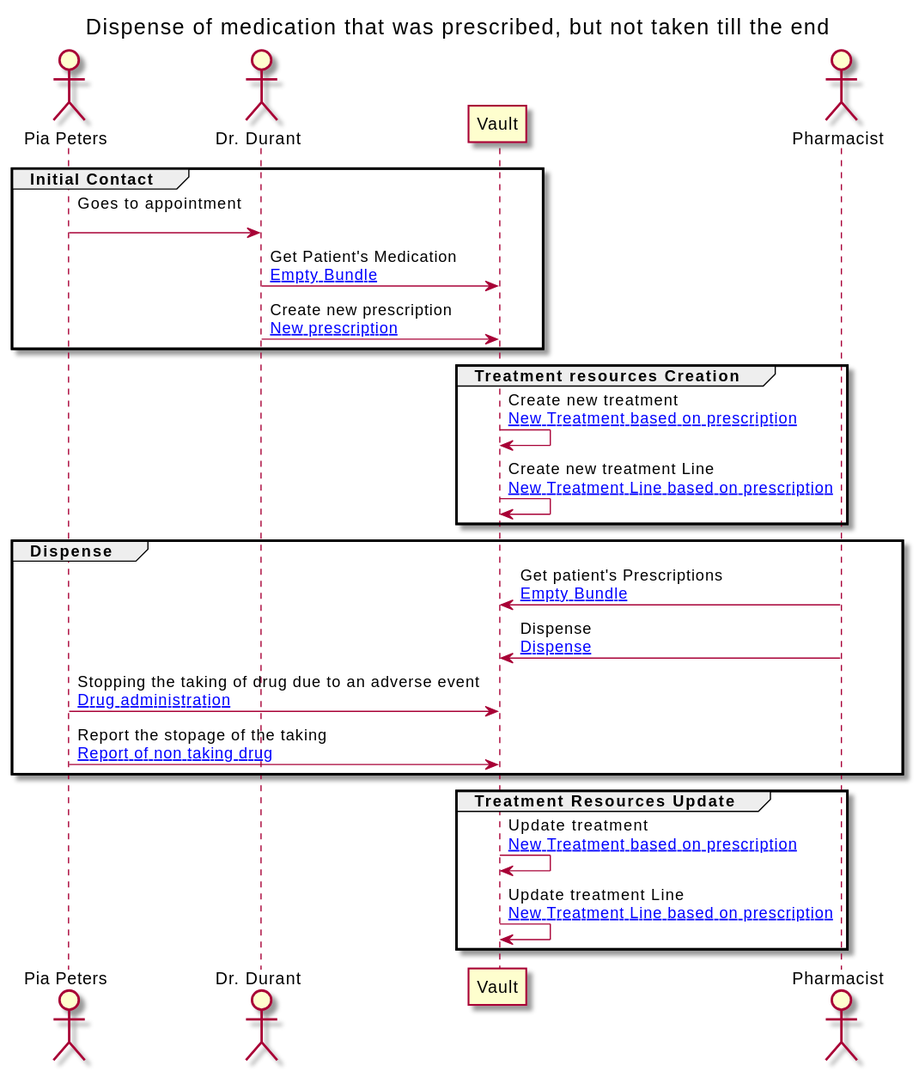
Above: branches/master/ExampleScenario-example-8-scenario.svg in JensPenny/medication-record (PlantUML), before the change. Source of this version:
```plantuml
@startuml


Title Dispense of medication that was prescribed, but not taken till the end

actor "Pia Peters" as PATIENT
actor "Dr. Durant" as GP
participant "Vault" as VAULT
actor "Pharmacist" as PHARM






group Initial Contact

PATIENT -> GP : Goes to appointment\n
GP -> VAULT : Get Patient's Medication\n[[ExampleScenario-example-8-scenario-resources.html#EB Empty Bundle]]
GP -> VAULT : Create new prescription\n[[ExampleScenario-example-8-scenario-resources.html#8-prescription New prescription]]
end

group Treatment resources Creation

VAULT -> VAULT : Create new treatment\n[[ExampleScenario-example-8-scenario-resources.html#8-treatment New Treatment based on prescription]]
VAULT -> VAULT : Create new treatment Line\n[[ExampleScenario-example-8-scenario-resources.html#8-treatmentLine New Treatment Line based on prescription]]
end

group Dispense

PHARM -> VAULT : Get patient's Prescriptions\n[[ExampleScenario-example-8-scenario-resources.html#EB Empty Bundle]]
PHARM -> VAULT : Dispense\n[[ExampleScenario-example-8-scenario-resources.html#8-dispense Dispense]]
PATIENT -> VAULT : Stopping the taking of drug due to an adverse event\n[[ExampleScenario-example-8-scenario-resources.html#8-administration Drug administration]]
PATIENT -> VAULT : Report the stopage of the taking\n[[ExampleScenario-example-8-scenario-resources.html#8-usage Report of non taking drug]]
end

group Treatment Resources Update

VAULT -> VAULT : Update treatment\n[[ExampleScenario-example-8-scenario-resources.html#8-treatment New Treatment based on prescription]]
VAULT -> VAULT : Update treatment Line\n[[ExampleScenario-example-8-scenario-resources.html#8-treatmentLine New Treatment Line based on prescription]]
end


@enduml
```
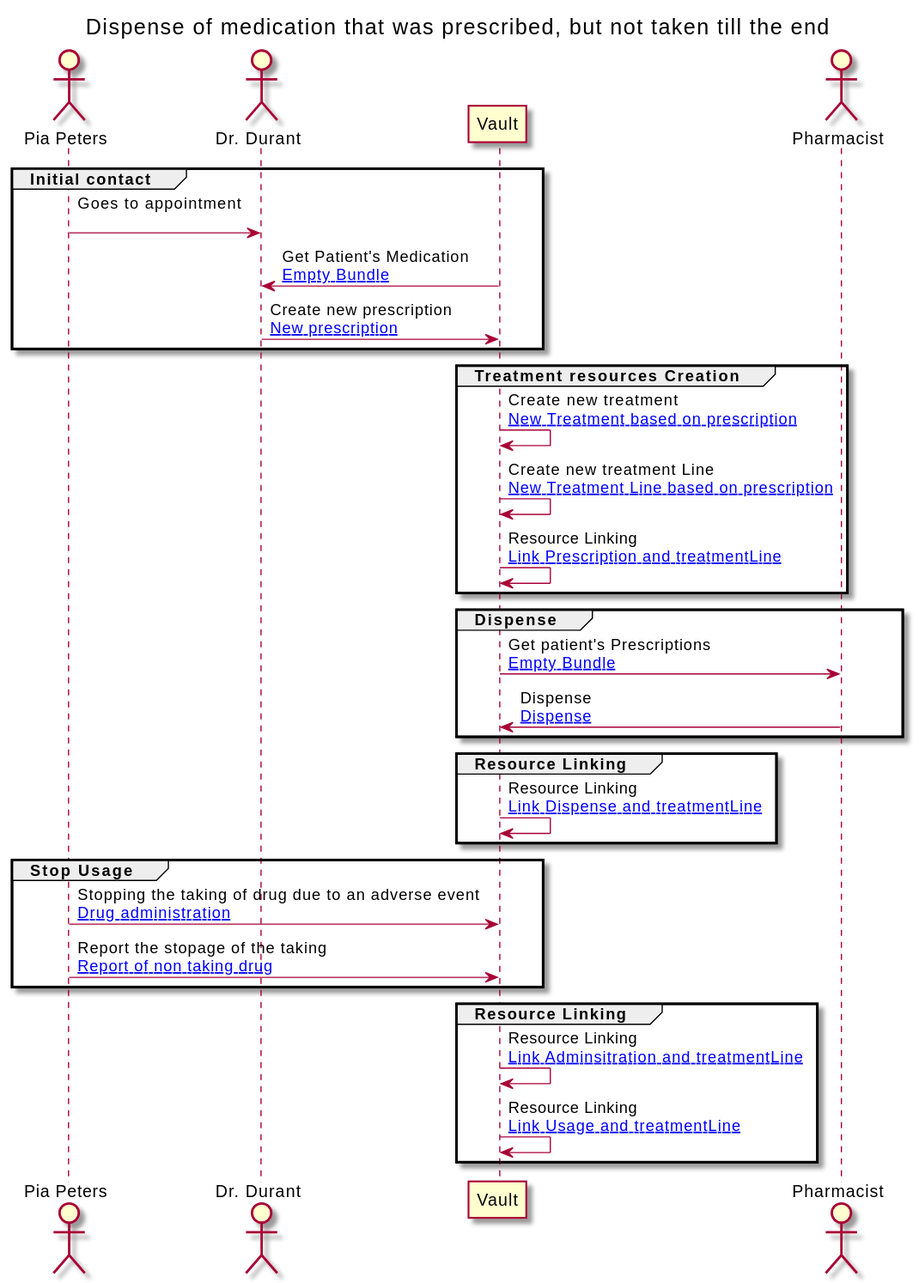
Later version of the same file.

What changed in the source:
```diff
@@ -13,10 +13,10 @@
 
 
 
-group Initial Contact
+group Initial contact
 
 PATIENT -> GP : Goes to appointment\n
-GP -> VAULT : Get Patient's Medication\n[[ExampleScenario-example-8-scenario-resources.html#EB Empty Bundle]]
+VAULT -> GP : Get Patient's Medication\n[[ExampleScenario-example-8-scenario-resources.html#EB Empty Bundle]]
 GP -> VAULT : Create new prescription\n[[ExampleScenario-example-8-scenario-resources.html#8-prescription New prescription]]
 end
 
@@ -24,20 +24,30 @@
 
 VAULT -> VAULT : Create new treatment\n[[ExampleScenario-example-8-scenario-resources.html#8-treatment New Treatment based on prescription]]
 VAULT -> VAULT : Create new treatment Line\n[[ExampleScenario-example-8-scenario-resources.html#8-treatmentLine New Treatment Line based on prescription]]
+VAULT -> VAULT : Resource Linking\n[[ExampleScenario-example-8-scenario-resources.html#8-1-provenance Link Prescription and treatmentLine]]
 end
 
 group Dispense
 
-PHARM -> VAULT : Get patient's Prescriptions\n[[ExampleScenario-example-8-scenario-resources.html#EB Empty Bundle]]
+VAULT -> PHARM : Get patient's Prescriptions\n[[ExampleScenario-example-8-scenario-resources.html#EB Empty Bundle]]
 PHARM -> VAULT : Dispense\n[[ExampleScenario-example-8-scenario-resources.html#8-dispense Dispense]]
+end
+
+group Resource Linking
+
+VAULT -> VAULT : Resource Linking\n[[ExampleScenario-example-8-scenario-resources.html#8-2-provenance Link Dispense and treatmentLine]]
+end
+
+group Stop Usage
+
 PATIENT -> VAULT : Stopping the taking of drug due to an adverse event\n[[ExampleScenario-example-8-scenario-resources.html#8-administration Drug administration]]
 PATIENT -> VAULT : Report the stopage of the taking\n[[ExampleScenario-example-8-scenario-resources.html#8-usage Report of non taking drug]]
 end
 
-group Treatment Resources Update
+group Resource Linking
 
-VAULT -> VAULT : Update treatment\n[[ExampleScenario-example-8-scenario-resources.html#8-treatment New Treatment based on prescription]]
-VAULT -> VAULT : Update treatment Line\n[[ExampleScenario-example-8-scenario-resources.html#8-treatmentLine New Treatment Line based on prescription]]
+VAULT -> VAULT : Resource Linking\n[[ExampleScenario-example-8-scenario-resources.html#8-3-provenance Link Adminsitration and treatmentLine]]
+VAULT -> VAULT : Resource Linking\n[[ExampleScenario-example-8-scenario-resources.html#8-4-provenance Link Usage and treatmentLine]]
 end
 
 
```
